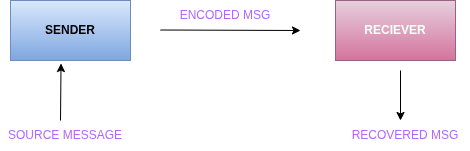
swordofzeus/sip-of-entropy keeps this draw.io diagram as sip_of_entropy/entropy/docs/encoder_decode.png. Above is the earlier version. Source tidied: cells renumbered, new cells last; positions are measured from the earlier drawing's top-left corner, leaving out a move shared by most shapes. Source of this version:
```xml
<mxGraphModel>
  <root>
    <mxCell id="0" />
    <mxCell id="1" parent="0" />
    <mxCell id="2" value="&lt;b&gt;&lt;font style=&quot;color: light-dark(rgb(0, 0, 0), rgb(243, 255, 246));&quot;&gt;SENDER&lt;/font&gt;&lt;/b&gt;" style="rounded=0;whiteSpace=wrap;html=1;fillColor=#dae8fc;strokeColor=#6c8ebf;gradientColor=#7ea6e0;" parent="1" vertex="1">
      <mxGeometry x="10" width="120" height="60" as="geometry" />
    </mxCell>
    <mxCell id="3" value="&lt;font color=&quot;#f3fff6&quot;&gt;&lt;b&gt;RECIEVER&lt;/b&gt;&lt;/font&gt;" style="rounded=0;whiteSpace=wrap;html=1;fillColor=#e6d0de;strokeColor=#996185;gradientColor=#d5739d;" parent="1" vertex="1">
      <mxGeometry x="335" width="120" height="60" as="geometry" />
    </mxCell>
    <mxCell id="4" style="endArrow=classic;html=1;rounded=0;" parent="1" edge="1" target="5">
      <mxGeometry relative="1" as="geometry">
        <mxPoint x="60" y="120" as="sourcePoint" />
      </mxGeometry>
    </mxCell>
    <mxCell id="5" value="&lt;font style=&quot;color: rgb(178, 102, 255);&quot;&gt;SOURCE MESSAGE&lt;/font&gt;" style="text;html=1;whiteSpace=wrap;strokeColor=none;fillColor=none;align=center;verticalAlign=middle;rounded=0;" parent="1" vertex="1">
      <mxGeometry y="120" width="130" height="30" as="geometry" />
    </mxCell>
    <mxCell id="6" style="endArrow=classic;html=1;rounded=0;entryX=0.421;entryY=1.05;entryDx=0;entryDy=0;entryPerimeter=0;" parent="1" edge="1" target="2">
      <mxGeometry relative="1" as="geometry">
        <mxPoint x="60" y="120" as="sourcePoint" />
      </mxGeometry>
    </mxCell>
    <mxCell id="7" style="endArrow=classic;html=1;rounded=0;" parent="1" edge="1">
      <mxGeometry relative="1" as="geometry">
        <mxPoint x="160" y="29.5" as="sourcePoint" />
        <mxPoint x="300" y="30" as="targetPoint" />
      </mxGeometry>
    </mxCell>
    <mxCell id="8" value="&lt;font style=&quot;color: rgb(178, 102, 255);&quot;&gt;ENCODED MSG&lt;/font&gt;" style="text;html=1;whiteSpace=wrap;strokeColor=none;fillColor=none;align=center;verticalAlign=middle;rounded=0;" parent="1" vertex="1">
      <mxGeometry x="160" width="130" height="30" as="geometry" />
    </mxCell>
    <mxCell id="9" style="endArrow=classic;html=1;rounded=0;" parent="1" edge="1">
      <mxGeometry relative="1" as="geometry">
        <mxPoint x="400" y="70" as="sourcePoint" />
        <mxPoint x="400" y="120" as="targetPoint" />
      </mxGeometry>
    </mxCell>
    <mxCell id="10" value="&lt;font style=&quot;color: rgb(178, 102, 255);&quot;&gt;RECOVERED MSG&lt;/font&gt;" style="text;html=1;whiteSpace=wrap;strokeColor=none;fillColor=none;align=center;verticalAlign=middle;rounded=0;" parent="1" vertex="1">
      <mxGeometry x="340" y="120" width="130" height="30" as="geometry" />
    </mxCell>
  </root>
</mxGraphModel>
```
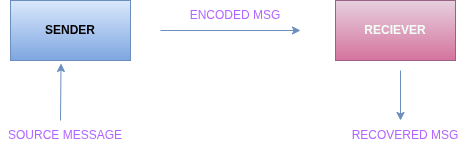
After the change.

Commit message:
updated joint entropy section bigger diagram

What changed in the source:
```diff
@@ -16,21 +16,18 @@
     <mxCell id="5" value="&lt;font style=&quot;color: rgb(178, 102, 255);&quot;&gt;SOURCE MESSAGE&lt;/font&gt;" style="text;html=1;whiteSpace=wrap;strokeColor=none;fillColor=none;align=center;verticalAlign=middle;rounded=0;" parent="1" vertex="1">
       <mxGeometry y="120" width="130" height="30" as="geometry" />
     </mxCell>
-    <mxCell id="6" style="endArrow=classic;html=1;rounded=0;entryX=0.421;entryY=1.05;entryDx=0;entryDy=0;entryPerimeter=0;" parent="1" edge="1" target="2">
+    <mxCell id="6" style="endArrow=classic;html=1;rounded=0;entryX=0.421;entryY=1.05;entryDx=0;entryDy=0;entryPerimeter=0;fillColor=#dae8fc;gradientColor=#7ea6e0;strokeColor=#6c8ebf;" parent="1" edge="1" target="2">
       <mxGeometry relative="1" as="geometry">
         <mxPoint x="60" y="120" as="sourcePoint" />
       </mxGeometry>
     </mxCell>
-    <mxCell id="7" style="endArrow=classic;html=1;rounded=0;" parent="1" edge="1">
+    <mxCell id="7" style="endArrow=classic;html=1;rounded=0;fillColor=#dae8fc;gradientColor=#7ea6e0;strokeColor=#6c8ebf;" parent="1" edge="1">
       <mxGeometry relative="1" as="geometry">
-        <mxPoint x="160" y="29.5" as="sourcePoint" />
+        <mxPoint x="160" y="30" as="sourcePoint" />
         <mxPoint x="300" y="30" as="targetPoint" />
       </mxGeometry>
     </mxCell>
-    <mxCell id="8" value="&lt;font style=&quot;color: rgb(178, 102, 255);&quot;&gt;ENCODED MSG&lt;/font&gt;" style="text;html=1;whiteSpace=wrap;strokeColor=none;fillColor=none;align=center;verticalAlign=middle;rounded=0;" parent="1" vertex="1">
-      <mxGeometry x="160" width="130" height="30" as="geometry" />
-    </mxCell>
-    <mxCell id="9" style="endArrow=classic;html=1;rounded=0;" parent="1" edge="1">
+    <mxCell id="9" style="endArrow=classic;html=1;rounded=0;fillColor=#dae8fc;gradientColor=#7ea6e0;strokeColor=#6c8ebf;" parent="1" edge="1">
       <mxGeometry relative="1" as="geometry">
         <mxPoint x="400" y="70" as="sourcePoint" />
         <mxPoint x="400" y="120" as="targetPoint" />
@@ -39,5 +36,8 @@
     <mxCell id="10" value="&lt;font style=&quot;color: rgb(178, 102, 255);&quot;&gt;RECOVERED MSG&lt;/font&gt;" style="text;html=1;whiteSpace=wrap;strokeColor=none;fillColor=none;align=center;verticalAlign=middle;rounded=0;" parent="1" vertex="1">
       <mxGeometry x="340" y="120" width="130" height="30" as="geometry" />
     </mxCell>
+    <mxCell id="8" value="&lt;font style=&quot;color: rgb(178, 102, 255);&quot;&gt;ENCODED MSG&lt;/font&gt;" style="text;html=1;whiteSpace=wrap;strokeColor=none;fillColor=none;align=center;verticalAlign=middle;rounded=0;" parent="1" vertex="1">
+      <mxGeometry x="170" width="130" height="30" as="geometry" />
+    </mxCell>
   </root>
 </mxGraphModel>
```
